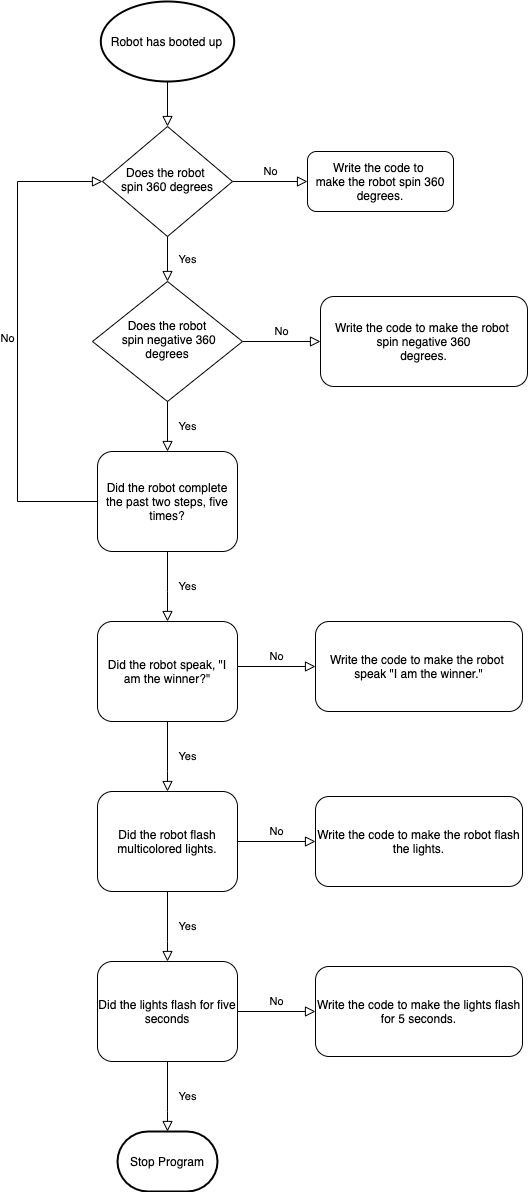
This is Flow Chart.png from vnegs14/Sprint-2-Accuracy, a draw.io export, as it was before one commit. Source tidied: cells renumbered, new cells last; positions are measured from the earlier drawing's top-left corner, leaving out a move shared by most shapes. The source it was exported from:
```xml
<mxGraphModel>
  <root>
    <mxCell id="0" />
    <mxCell id="1" parent="0" />
    <mxCell id="2" style="rounded=0;html=1;jettySize=auto;fontSize=11;endArrow=block;endFill=0;endSize=8;strokeWidth=1;shadow=0;labelBackgroundColor=none;edgeStyle=orthogonalEdgeStyle;exitX=0.5;exitY=1;exitDx=0;exitDy=0;exitPerimeter=0;" parent="1" edge="1" source="11" target="5">
      <mxGeometry relative="1" as="geometry" />
    </mxCell>
    <mxCell id="3" value="Yes" style="rounded=0;html=1;jettySize=auto;fontSize=11;endArrow=block;endFill=0;endSize=8;strokeWidth=1;shadow=0;labelBackgroundColor=none;edgeStyle=orthogonalEdgeStyle;" parent="1" edge="1" source="5" target="8">
      <mxGeometry y="20" relative="1" as="geometry" />
    </mxCell>
    <mxCell id="4" value="No" style="edgeStyle=orthogonalEdgeStyle;rounded=0;html=1;jettySize=auto;fontSize=11;endArrow=block;endFill=0;endSize=8;strokeWidth=1;shadow=0;labelBackgroundColor=none;" parent="1" edge="1" source="5" target="6">
      <mxGeometry y="10" relative="1" as="geometry" />
    </mxCell>
    <mxCell id="5" value="Does the robot &lt;br&gt;spin 360 degrees" style="rhombus;whiteSpace=wrap;html=1;shadow=0;fontFamily=Helvetica;fontSize=12;align=center;strokeWidth=1;spacing=6;spacingTop=-4;" parent="1" vertex="1">
      <mxGeometry x="85" y="125" width="130" height="110" as="geometry" />
    </mxCell>
    <mxCell id="6" value="Write the code to &lt;br&gt;make the robot spin 360 degrees." style="rounded=1;whiteSpace=wrap;html=1;fontSize=12;glass=0;strokeWidth=1;shadow=0;" parent="1" vertex="1">
      <mxGeometry x="290" y="150" width="146" height="60" as="geometry" />
    </mxCell>
    <mxCell id="7" value="No" style="edgeStyle=orthogonalEdgeStyle;rounded=0;html=1;jettySize=auto;fontSize=11;endArrow=block;endFill=0;endSize=8;strokeWidth=1;shadow=0;labelBackgroundColor=none;" parent="1" edge="1" source="8" target="10">
      <mxGeometry y="10" relative="1" as="geometry" />
    </mxCell>
    <mxCell id="8" value="Does the robot&lt;br&gt;&amp;nbsp;spin negative 360 degrees" style="rhombus;whiteSpace=wrap;html=1;shadow=0;fontFamily=Helvetica;fontSize=12;align=center;strokeWidth=1;spacing=6;spacingTop=-4;" parent="1" vertex="1">
      <mxGeometry x="75" y="280" width="150" height="120" as="geometry" />
    </mxCell>
    <mxCell id="9" value="Did the robot complete the past two steps, five times?" style="rounded=1;whiteSpace=wrap;html=1;fontSize=12;glass=0;strokeWidth=1;shadow=0;" parent="1" vertex="1">
      <mxGeometry x="80" y="450" width="140" height="100" as="geometry" />
    </mxCell>
    <mxCell id="10" value="Write the code to make the robot &lt;br&gt;spin negative 360&lt;br&gt;degrees." style="rounded=1;whiteSpace=wrap;html=1;fontSize=12;glass=0;strokeWidth=1;shadow=0;" parent="1" vertex="1">
      <mxGeometry x="303" y="295" width="207" height="90" as="geometry" />
    </mxCell>
    <mxCell id="11" value="Robot has booted up" style="strokeWidth=2;html=1;shape=mxgraph.flowchart.start_1;whiteSpace=wrap;" parent="1" vertex="1">
      <mxGeometry x="83.3" width="133.3" height="80" as="geometry" />
    </mxCell>
    <mxCell id="12" value="No" style="edgeStyle=orthogonalEdgeStyle;rounded=0;html=1;jettySize=auto;fontSize=11;endArrow=block;endFill=0;endSize=8;strokeWidth=1;shadow=0;labelBackgroundColor=none;exitX=0;exitY=0.5;exitDx=0;exitDy=0;entryX=0;entryY=0.5;entryDx=0;entryDy=0;" parent="1" edge="1" source="9" target="5">
      <mxGeometry y="10" relative="1" as="geometry">
        <Array as="points">
          <mxPoint y="500" />
          <mxPoint y="180" />
        </Array>
      </mxGeometry>
    </mxCell>
    <mxCell id="13" value="Yes" style="rounded=0;html=1;jettySize=auto;fontSize=11;endArrow=block;endFill=0;endSize=8;strokeWidth=1;shadow=0;labelBackgroundColor=none;edgeStyle=orthogonalEdgeStyle;exitX=0.5;exitY=1;exitDx=0;exitDy=0;" parent="1" edge="1" source="8">
      <mxGeometry y="20" relative="1" as="geometry">
        <mxPoint x="150" y="450" as="targetPoint" />
      </mxGeometry>
    </mxCell>
    <mxCell id="14" value="Yes" style="rounded=0;html=1;jettySize=auto;fontSize=11;endArrow=block;endFill=0;endSize=8;strokeWidth=1;shadow=0;labelBackgroundColor=none;edgeStyle=orthogonalEdgeStyle;exitX=0.5;exitY=1;exitDx=0;exitDy=0;" parent="1" edge="1" source="9">
      <mxGeometry y="20" relative="1" as="geometry">
        <mxPoint x="150" y="620" as="targetPoint" />
        <Array as="points">
          <mxPoint x="150" y="590" />
          <mxPoint x="150" y="590" />
        </Array>
      </mxGeometry>
    </mxCell>
    <mxCell id="15" value="Did the robot speak, &quot;I am the winner?&quot;" style="rounded=1;whiteSpace=wrap;html=1;fontSize=12;glass=0;strokeWidth=1;shadow=0;" parent="1" vertex="1">
      <mxGeometry x="80" y="620" width="140" height="100" as="geometry" />
    </mxCell>
    <mxCell id="16" value="No" style="edgeStyle=orthogonalEdgeStyle;rounded=0;html=1;jettySize=auto;fontSize=11;endArrow=block;endFill=0;endSize=8;strokeWidth=1;shadow=0;labelBackgroundColor=none;" parent="1" edge="1" target="17">
      <mxGeometry y="10" relative="1" as="geometry">
        <mxPoint x="220" y="665" as="sourcePoint" />
      </mxGeometry>
    </mxCell>
    <mxCell id="17" value="Write the code to make the robot &lt;br&gt;speak &quot;I am the winner.&quot;" style="rounded=1;whiteSpace=wrap;html=1;fontSize=12;glass=0;strokeWidth=1;shadow=0;" parent="1" vertex="1">
      <mxGeometry x="298" y="620" width="207" height="90" as="geometry" />
    </mxCell>
    <mxCell id="18" value="Yes" style="rounded=0;html=1;jettySize=auto;fontSize=11;endArrow=block;endFill=0;endSize=8;strokeWidth=1;shadow=0;labelBackgroundColor=none;edgeStyle=orthogonalEdgeStyle;exitX=0.5;exitY=1;exitDx=0;exitDy=0;" parent="1" edge="1" source="15">
      <mxGeometry y="20" relative="1" as="geometry">
        <mxPoint x="150" y="790" as="targetPoint" />
        <Array as="points">
          <mxPoint x="150" y="770" />
          <mxPoint x="150" y="770" />
        </Array>
      </mxGeometry>
    </mxCell>
    <mxCell id="19" value="Did the robot flash multicolored lights." style="rounded=1;whiteSpace=wrap;html=1;fontSize=12;glass=0;strokeWidth=1;shadow=0;" parent="1" vertex="1">
      <mxGeometry x="80" y="790" width="140" height="100" as="geometry" />
    </mxCell>
    <mxCell id="20" value="Yes" style="rounded=0;html=1;jettySize=auto;fontSize=11;endArrow=block;endFill=0;endSize=8;strokeWidth=1;shadow=0;labelBackgroundColor=none;edgeStyle=orthogonalEdgeStyle;exitX=0.5;exitY=1;exitDx=0;exitDy=0;" parent="1" edge="1" source="19">
      <mxGeometry y="20" relative="1" as="geometry">
        <mxPoint x="150" y="960" as="targetPoint" />
        <Array as="points">
          <mxPoint x="150" y="940" />
          <mxPoint x="150" y="940" />
        </Array>
      </mxGeometry>
    </mxCell>
    <mxCell id="21" value="Did the lights flash for five seconds" style="rounded=1;whiteSpace=wrap;html=1;fontSize=12;glass=0;strokeWidth=1;shadow=0;" parent="1" vertex="1">
      <mxGeometry x="80" y="960" width="140" height="100" as="geometry" />
    </mxCell>
    <mxCell id="22" value="Yes" style="rounded=0;html=1;jettySize=auto;fontSize=11;endArrow=block;endFill=0;endSize=8;strokeWidth=1;shadow=0;labelBackgroundColor=none;edgeStyle=orthogonalEdgeStyle;exitX=0.5;exitY=1;exitDx=0;exitDy=0;" parent="1" edge="1" source="21">
      <mxGeometry y="20" relative="1" as="geometry">
        <mxPoint x="150" y="1130" as="targetPoint" />
        <Array as="points">
          <mxPoint x="150" y="1110" />
          <mxPoint x="150" y="1110" />
        </Array>
      </mxGeometry>
    </mxCell>
    <mxCell id="23" value="Stop Program" style="strokeWidth=2;html=1;shape=mxgraph.flowchart.terminator;whiteSpace=wrap;" parent="1" vertex="1">
      <mxGeometry x="100" y="1130" width="100" height="60" as="geometry" />
    </mxCell>
    <mxCell id="24" value="No" style="edgeStyle=orthogonalEdgeStyle;rounded=0;html=1;jettySize=auto;fontSize=11;endArrow=block;endFill=0;endSize=8;strokeWidth=1;shadow=0;labelBackgroundColor=none;" parent="1" edge="1" target="25">
      <mxGeometry y="10" relative="1" as="geometry">
        <mxPoint x="220" y="1010" as="sourcePoint" />
      </mxGeometry>
    </mxCell>
    <mxCell id="25" value="Write the code to make the lights flash for 5 seconds." style="rounded=1;whiteSpace=wrap;html=1;fontSize=12;glass=0;strokeWidth=1;shadow=0;" parent="1" vertex="1">
      <mxGeometry x="298" y="965" width="207" height="90" as="geometry" />
    </mxCell>
    <mxCell id="26" value="No" style="edgeStyle=orthogonalEdgeStyle;rounded=0;html=1;jettySize=auto;fontSize=11;endArrow=block;endFill=0;endSize=8;strokeWidth=1;shadow=0;labelBackgroundColor=none;" parent="1" edge="1" target="27">
      <mxGeometry y="10" relative="1" as="geometry">
        <mxPoint x="220" y="840" as="sourcePoint" />
      </mxGeometry>
    </mxCell>
    <mxCell id="27" value="Write the code to make the robot flash the lights." style="rounded=1;whiteSpace=wrap;html=1;fontSize=12;glass=0;strokeWidth=1;shadow=0;" parent="1" vertex="1">
      <mxGeometry x="298" y="795" width="207" height="90" as="geometry" />
    </mxCell>
  </root>
</mxGraphModel>
```
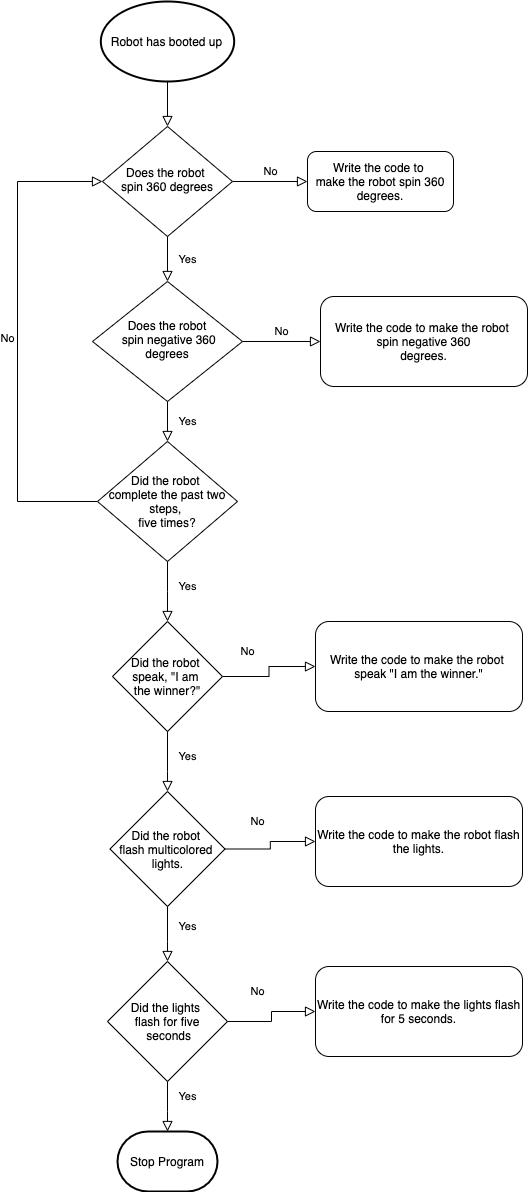
Above is the later version.

The edit, as a diff of the source:
```diff
@@ -23,30 +23,27 @@
     <mxCell id="8" value="Does the robot&lt;br&gt;&amp;nbsp;spin negative 360 degrees" style="rhombus;whiteSpace=wrap;html=1;shadow=0;fontFamily=Helvetica;fontSize=12;align=center;strokeWidth=1;spacing=6;spacingTop=-4;" parent="1" vertex="1">
       <mxGeometry x="75" y="280" width="150" height="120" as="geometry" />
     </mxCell>
-    <mxCell id="9" value="Did the robot complete the past two steps, five times?" style="rounded=1;whiteSpace=wrap;html=1;fontSize=12;glass=0;strokeWidth=1;shadow=0;" parent="1" vertex="1">
-      <mxGeometry x="80" y="450" width="140" height="100" as="geometry" />
-    </mxCell>
     <mxCell id="10" value="Write the code to make the robot &lt;br&gt;spin negative 360&lt;br&gt;degrees." style="rounded=1;whiteSpace=wrap;html=1;fontSize=12;glass=0;strokeWidth=1;shadow=0;" parent="1" vertex="1">
       <mxGeometry x="303" y="295" width="207" height="90" as="geometry" />
     </mxCell>
     <mxCell id="11" value="Robot has booted up" style="strokeWidth=2;html=1;shape=mxgraph.flowchart.start_1;whiteSpace=wrap;" parent="1" vertex="1">
       <mxGeometry x="83.3" width="133.3" height="80" as="geometry" />
     </mxCell>
-    <mxCell id="12" value="No" style="edgeStyle=orthogonalEdgeStyle;rounded=0;html=1;jettySize=auto;fontSize=11;endArrow=block;endFill=0;endSize=8;strokeWidth=1;shadow=0;labelBackgroundColor=none;exitX=0;exitY=0.5;exitDx=0;exitDy=0;entryX=0;entryY=0.5;entryDx=0;entryDy=0;" parent="1" edge="1" source="9" target="5">
+    <mxCell id="12" value="No" style="edgeStyle=orthogonalEdgeStyle;rounded=0;html=1;jettySize=auto;fontSize=11;endArrow=block;endFill=0;endSize=8;strokeWidth=1;shadow=0;labelBackgroundColor=none;exitX=0;exitY=0.5;exitDx=0;exitDy=0;entryX=0;entryY=0.5;entryDx=0;entryDy=0;" parent="1" edge="1" target="5">
       <mxGeometry y="10" relative="1" as="geometry">
+        <mxPoint x="80" y="500" as="sourcePoint" />
         <Array as="points">
           <mxPoint y="500" />
           <mxPoint y="180" />
         </Array>
       </mxGeometry>
     </mxCell>
-    <mxCell id="13" value="Yes" style="rounded=0;html=1;jettySize=auto;fontSize=11;endArrow=block;endFill=0;endSize=8;strokeWidth=1;shadow=0;labelBackgroundColor=none;edgeStyle=orthogonalEdgeStyle;exitX=0.5;exitY=1;exitDx=0;exitDy=0;" parent="1" edge="1" source="8">
-      <mxGeometry y="20" relative="1" as="geometry">
-        <mxPoint x="150" y="450" as="targetPoint" />
-      </mxGeometry>
+    <mxCell id="13" value="Yes" style="rounded=0;html=1;jettySize=auto;fontSize=11;endArrow=block;endFill=0;endSize=8;strokeWidth=1;shadow=0;labelBackgroundColor=none;edgeStyle=orthogonalEdgeStyle;exitX=0.5;exitY=1;exitDx=0;exitDy=0;entryX=0.5;entryY=0;entryDx=0;entryDy=0;" parent="1" edge="1" source="8" target="9">
+      <mxGeometry y="20" relative="1" as="geometry" />
     </mxCell>
-    <mxCell id="14" value="Yes" style="rounded=0;html=1;jettySize=auto;fontSize=11;endArrow=block;endFill=0;endSize=8;strokeWidth=1;shadow=0;labelBackgroundColor=none;edgeStyle=orthogonalEdgeStyle;exitX=0.5;exitY=1;exitDx=0;exitDy=0;" parent="1" edge="1" source="9">
+    <mxCell id="14" value="Yes" style="rounded=0;html=1;jettySize=auto;orthogonalLoop=1;fontSize=11;endArrow=block;endFill=0;endSize=8;strokeWidth=1;shadow=0;labelBackgroundColor=none;edgeStyle=orthogonalEdgeStyle;exitX=0.5;exitY=1;exitDx=0;exitDy=0;" parent="1" edge="1">
       <mxGeometry y="20" relative="1" as="geometry">
+        <mxPoint x="150" y="550" as="sourcePoint" />
         <mxPoint x="150" y="620" as="targetPoint" />
         <Array as="points">
           <mxPoint x="150" y="590" />
@@ -54,19 +51,15 @@
         </Array>
       </mxGeometry>
     </mxCell>
-    <mxCell id="15" value="Did the robot speak, &quot;I am the winner?&quot;" style="rounded=1;whiteSpace=wrap;html=1;fontSize=12;glass=0;strokeWidth=1;shadow=0;" parent="1" vertex="1">
-      <mxGeometry x="80" y="620" width="140" height="100" as="geometry" />
-    </mxCell>
-    <mxCell id="16" value="No" style="edgeStyle=orthogonalEdgeStyle;rounded=0;html=1;jettySize=auto;fontSize=11;endArrow=block;endFill=0;endSize=8;strokeWidth=1;shadow=0;labelBackgroundColor=none;" parent="1" edge="1" target="17">
-      <mxGeometry y="10" relative="1" as="geometry">
-        <mxPoint x="220" y="665" as="sourcePoint" />
-      </mxGeometry>
+    <mxCell id="16" value="No" style="edgeStyle=orthogonalEdgeStyle;rounded=0;html=1;jettySize=auto;fontSize=11;endArrow=block;endFill=0;endSize=8;strokeWidth=1;shadow=0;labelBackgroundColor=none;exitX=1;exitY=0.5;exitDx=0;exitDy=0;" parent="1" edge="1" source="15" target="17">
+      <mxGeometry x="-0.51" y="25" relative="1" as="geometry" />
     </mxCell>
     <mxCell id="17" value="Write the code to make the robot &lt;br&gt;speak &quot;I am the winner.&quot;" style="rounded=1;whiteSpace=wrap;html=1;fontSize=12;glass=0;strokeWidth=1;shadow=0;" parent="1" vertex="1">
       <mxGeometry x="298" y="620" width="207" height="90" as="geometry" />
     </mxCell>
-    <mxCell id="18" value="Yes" style="rounded=0;html=1;jettySize=auto;fontSize=11;endArrow=block;endFill=0;endSize=8;strokeWidth=1;shadow=0;labelBackgroundColor=none;edgeStyle=orthogonalEdgeStyle;exitX=0.5;exitY=1;exitDx=0;exitDy=0;" parent="1" edge="1" source="15">
+    <mxCell id="18" value="Yes" style="rounded=0;html=1;jettySize=auto;orthogonalLoop=1;fontSize=11;endArrow=block;endFill=0;endSize=8;strokeWidth=1;shadow=0;labelBackgroundColor=none;edgeStyle=orthogonalEdgeStyle;exitX=0.5;exitY=1;exitDx=0;exitDy=0;" parent="1" edge="1">
       <mxGeometry y="20" relative="1" as="geometry">
+        <mxPoint x="150" y="720" as="sourcePoint" />
         <mxPoint x="150" y="790" as="targetPoint" />
         <Array as="points">
           <mxPoint x="150" y="770" />
@@ -74,11 +67,9 @@
         </Array>
       </mxGeometry>
     </mxCell>
-    <mxCell id="19" value="Did the robot flash multicolored lights." style="rounded=1;whiteSpace=wrap;html=1;fontSize=12;glass=0;strokeWidth=1;shadow=0;" parent="1" vertex="1">
-      <mxGeometry x="80" y="790" width="140" height="100" as="geometry" />
-    </mxCell>
-    <mxCell id="20" value="Yes" style="rounded=0;html=1;jettySize=auto;fontSize=11;endArrow=block;endFill=0;endSize=8;strokeWidth=1;shadow=0;labelBackgroundColor=none;edgeStyle=orthogonalEdgeStyle;exitX=0.5;exitY=1;exitDx=0;exitDy=0;" parent="1" edge="1" source="19">
+    <mxCell id="20" value="Yes" style="rounded=0;html=1;jettySize=auto;orthogonalLoop=1;fontSize=11;endArrow=block;endFill=0;endSize=8;strokeWidth=1;shadow=0;labelBackgroundColor=none;edgeStyle=orthogonalEdgeStyle;exitX=0.5;exitY=1;exitDx=0;exitDy=0;" parent="1" edge="1">
       <mxGeometry y="20" relative="1" as="geometry">
+        <mxPoint x="150" y="890" as="sourcePoint" />
         <mxPoint x="150" y="960" as="targetPoint" />
         <Array as="points">
           <mxPoint x="150" y="940" />
@@ -86,11 +77,9 @@
         </Array>
       </mxGeometry>
     </mxCell>
-    <mxCell id="21" value="Did the lights flash for five seconds" style="rounded=1;whiteSpace=wrap;html=1;fontSize=12;glass=0;strokeWidth=1;shadow=0;" parent="1" vertex="1">
-      <mxGeometry x="80" y="960" width="140" height="100" as="geometry" />
-    </mxCell>
-    <mxCell id="22" value="Yes" style="rounded=0;html=1;jettySize=auto;fontSize=11;endArrow=block;endFill=0;endSize=8;strokeWidth=1;shadow=0;labelBackgroundColor=none;edgeStyle=orthogonalEdgeStyle;exitX=0.5;exitY=1;exitDx=0;exitDy=0;" parent="1" edge="1" source="21">
+    <mxCell id="22" value="Yes" style="rounded=0;html=1;jettySize=auto;orthogonalLoop=1;fontSize=11;endArrow=block;endFill=0;endSize=8;strokeWidth=1;shadow=0;labelBackgroundColor=none;edgeStyle=orthogonalEdgeStyle;exitX=0.5;exitY=1;exitDx=0;exitDy=0;" parent="1" edge="1">
       <mxGeometry y="20" relative="1" as="geometry">
+        <mxPoint x="150" y="1060" as="sourcePoint" />
         <mxPoint x="150" y="1130" as="targetPoint" />
         <Array as="points">
           <mxPoint x="150" y="1110" />
@@ -101,21 +90,33 @@
     <mxCell id="23" value="Stop Program" style="strokeWidth=2;html=1;shape=mxgraph.flowchart.terminator;whiteSpace=wrap;" parent="1" vertex="1">
       <mxGeometry x="100" y="1130" width="100" height="60" as="geometry" />
     </mxCell>
-    <mxCell id="24" value="No" style="edgeStyle=orthogonalEdgeStyle;rounded=0;html=1;jettySize=auto;fontSize=11;endArrow=block;endFill=0;endSize=8;strokeWidth=1;shadow=0;labelBackgroundColor=none;" parent="1" edge="1" target="25">
-      <mxGeometry y="10" relative="1" as="geometry">
-        <mxPoint x="220" y="1010" as="sourcePoint" />
+    <mxCell id="24" value="No" style="edgeStyle=orthogonalEdgeStyle;rounded=0;html=1;jettySize=auto;fontSize=11;endArrow=block;endFill=0;endSize=8;strokeWidth=1;shadow=0;labelBackgroundColor=none;exitX=1;exitY=0.5;exitDx=0;exitDy=0;" parent="1" edge="1" source="21" target="25">
+      <mxGeometry x="0.1" y="24" relative="1" as="geometry">
+        <mxPoint x="-14" y="4" as="offset" />
       </mxGeometry>
     </mxCell>
     <mxCell id="25" value="Write the code to make the lights flash for 5 seconds." style="rounded=1;whiteSpace=wrap;html=1;fontSize=12;glass=0;strokeWidth=1;shadow=0;" parent="1" vertex="1">
       <mxGeometry x="298" y="965" width="207" height="90" as="geometry" />
     </mxCell>
-    <mxCell id="26" value="No" style="edgeStyle=orthogonalEdgeStyle;rounded=0;html=1;jettySize=auto;fontSize=11;endArrow=block;endFill=0;endSize=8;strokeWidth=1;shadow=0;labelBackgroundColor=none;" parent="1" edge="1" target="27">
-      <mxGeometry y="10" relative="1" as="geometry">
-        <mxPoint x="220" y="840" as="sourcePoint" />
+    <mxCell id="26" value="No" style="edgeStyle=orthogonalEdgeStyle;rounded=0;html=1;jettySize=auto;fontSize=11;endArrow=block;endFill=0;endSize=8;strokeWidth=1;shadow=0;labelBackgroundColor=none;exitX=1;exitY=0.5;exitDx=0;exitDy=0;" parent="1" edge="1" source="19" target="27">
+      <mxGeometry x="0.08" y="24" relative="1" as="geometry">
+        <mxPoint x="-13" y="4" as="offset" />
       </mxGeometry>
     </mxCell>
     <mxCell id="27" value="Write the code to make the robot flash the lights." style="rounded=1;whiteSpace=wrap;html=1;fontSize=12;glass=0;strokeWidth=1;shadow=0;" parent="1" vertex="1">
       <mxGeometry x="298" y="795" width="207" height="90" as="geometry" />
     </mxCell>
+    <mxCell id="9" value="&lt;span&gt;Did the robot &lt;br&gt;complete the past two steps, &lt;br&gt;five times?&lt;/span&gt;" style="rhombus;whiteSpace=wrap;html=1;" parent="1" vertex="1">
+      <mxGeometry x="80" y="440" width="140" height="120" as="geometry" />
+    </mxCell>
+    <mxCell id="15" value="&lt;span&gt;Did the robot &lt;br&gt;speak, &quot;I am &lt;br&gt;the winner?&quot;&lt;/span&gt;" style="rhombus;whiteSpace=wrap;html=1;" parent="1" vertex="1">
+      <mxGeometry x="95" y="620" width="110" height="110" as="geometry" />
+    </mxCell>
+    <mxCell id="19" value="&lt;span&gt;Did the robot &lt;br&gt;flash multicolored &lt;br&gt;lights.&lt;/span&gt;" style="rhombus;whiteSpace=wrap;html=1;" parent="1" vertex="1">
+      <mxGeometry x="92.5" y="790" width="115" height="115" as="geometry" />
+    </mxCell>
+    <mxCell id="21" value="&lt;span&gt;Did the lights &lt;br&gt;flash for five&lt;br&gt;&amp;nbsp;seconds&lt;/span&gt;" style="rhombus;whiteSpace=wrap;html=1;" parent="1" vertex="1">
+      <mxGeometry x="90" y="960" width="120" height="120" as="geometry" />
+    </mxCell>
   </root>
 </mxGraphModel>
```
